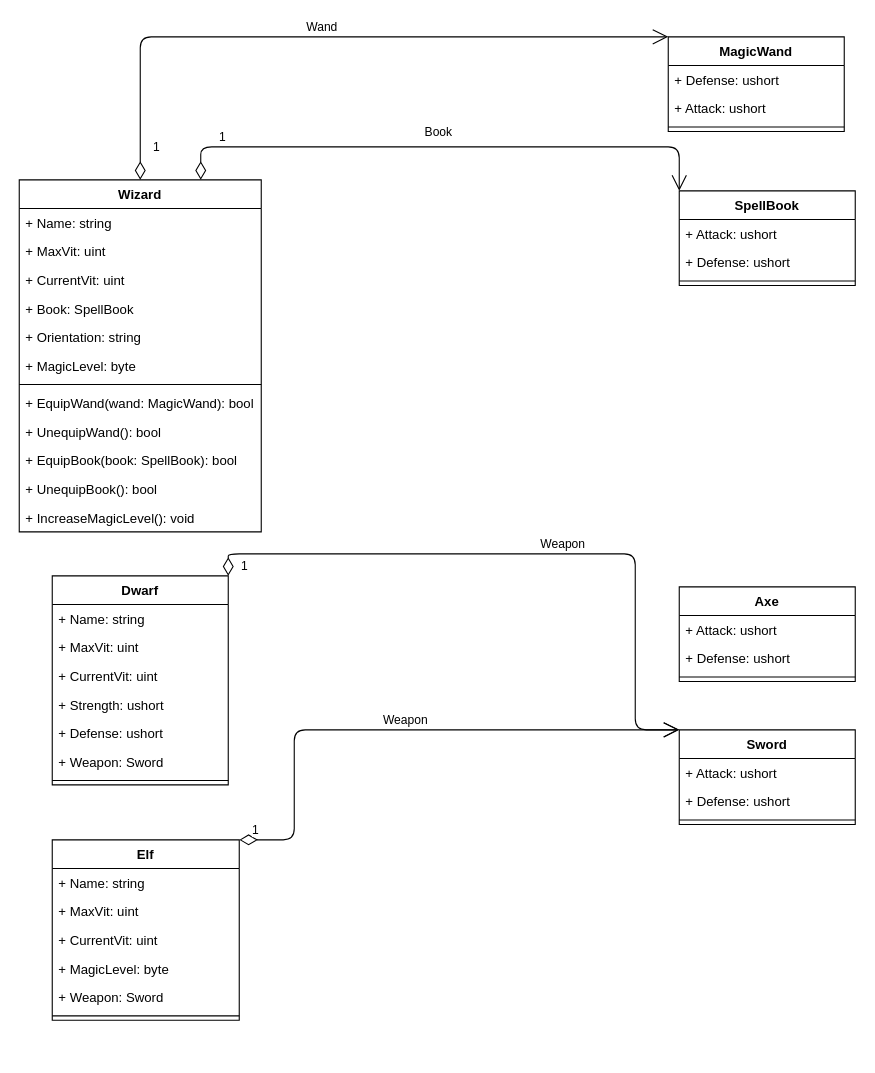
Earlier version of the draw.io diagram Assets/index.drawio (ProgramacionII-Equipo3/PII_RoleplayGame_1_Start). Source tidied: cells renumbered, new cells numbered last; positions are measured from the earlier drawing's top-left corner, leaving out a move shared by most shapes. Both pictures are drawn from the tidied source at 110%, with x=0, y=0 at pixel (19, 36).
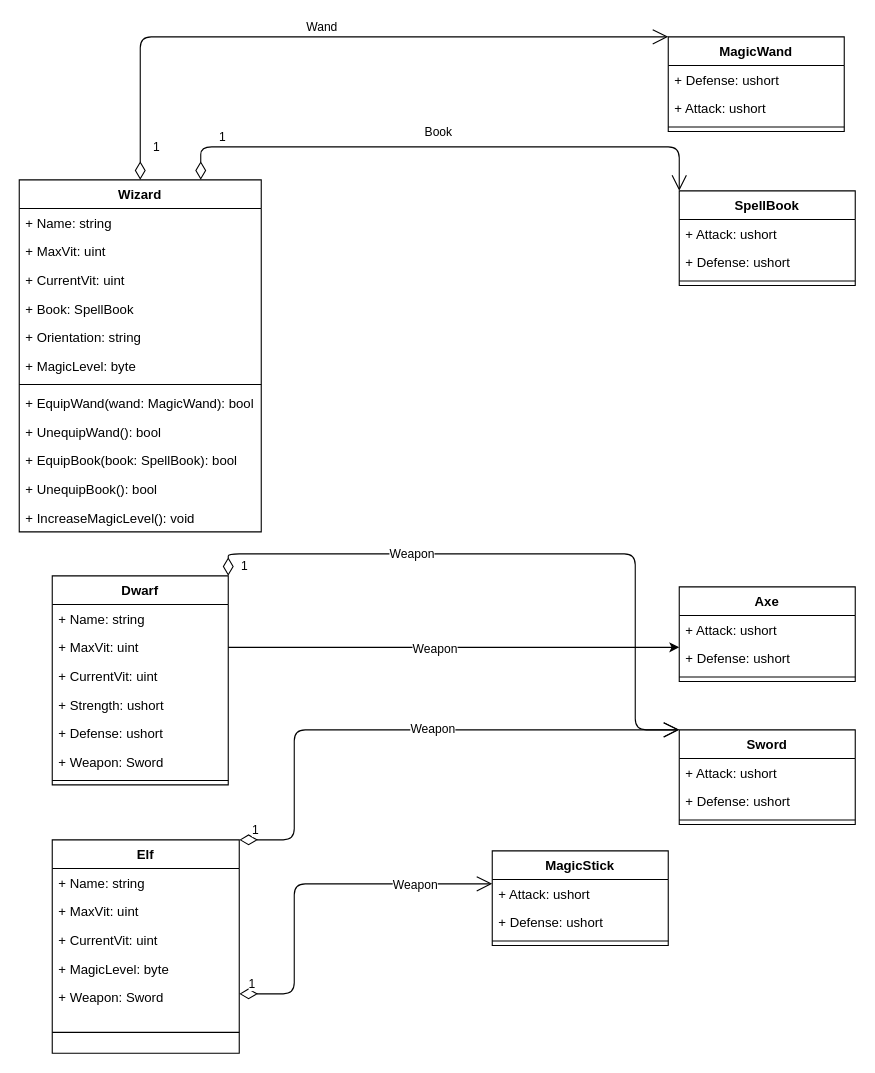
The same diagram, later.

Unchanged cells that the change refers to:
```xml
<mxCell id="2" value="Dwarf" style="swimlane;fontStyle=1;align=center;verticalAlign=top;horizontal=1;startSize=26;" parent="1" vertex="1">
  <mxGeometry x="30" y="490" width="160" height="190" as="geometry" />
</mxCell>
<mxCell id="4" value="+ MaxVit: uint" style="text;strokeColor=none;fillColor=none;align=left;verticalAlign=top;spacingLeft=4;spacingRight=4;overflow=hidden;points=[[0,0.5],[1,0.5]];portConstraint=eastwest;" parent="2" vertex="1">
  <mxGeometry y="52" width="160" height="26" as="geometry" />
</mxCell>
<mxCell id="34" value="Sword" style="swimlane;fontStyle=1;align=center;verticalAlign=top;horizontal=1;startSize=26;" parent="1" vertex="1">
  <mxGeometry x="600" y="630" width="160" height="86" as="geometry" />
</mxCell>
<mxCell id="48" value="1" style="endArrow=open;html=1;endSize=12;startArrow=diamondThin;startSize=14;startFill=0;edgeStyle=orthogonalEdgeStyle;align=left;verticalAlign=bottom;entryX=0;entryY=0;entryDx=0;entryDy=0;exitX=1;exitY=0;exitDx=0;exitDy=0;" parent="1" edge="1" source="23" target="34">
  <mxGeometry x="-0.96" relative="1" as="geometry">
    <Array as="points">
      <mxPoint x="250" y="730" />
      <mxPoint x="250" y="630" />
    </Array>
  </mxGeometry>
</mxCell>
```

Diff of the diagram source:
```diff
@@
     <mxCell id="23" value="Elf" style="swimlane;fontStyle=1;align=center;verticalAlign=top;horizontal=1;startSize=26;" parent="1" vertex="1">
-      <mxGeometry x="30" y="730" width="170" height="164" as="geometry" />
+      <mxGeometry x="30" y="730" width="170" height="194" as="geometry" />
     </mxCell>
@@
     <mxCell id="29" style="line;strokeWidth=1;fillColor=none;align=left;verticalAlign=middle;spacingTop=-1;spacingLeft=3;spacingRight=3;labelPosition=right;" parent="23" vertex="1">
-      <mxGeometry y="156" width="170" height="8" as="geometry" />
+      <mxGeometry y="156" width="170" height="38" as="geometry" />
     </mxCell>
@@
     <mxCell id="46" value="1" style="endArrow=open;html=1;endSize=12;startArrow=diamondThin;startSize=14;startFill=0;edgeStyle=orthogonalEdgeStyle;align=left;verticalAlign=bottom;exitX=1;exitY=0;exitDx=0;exitDy=0;entryX=0;entryY=0;entryDx=0;entryDy=0;" parent="1" edge="1" source="2" target="34">
       <mxGeometry x="-1" y="-10" relative="1" as="geometry">
         <Array as="points">
           <mxPoint x="190" y="470" />
           <mxPoint x="560" y="470" />
+          <mxPoint x="560" y="630" />
         </Array>
       </mxGeometry>
     </mxCell>
-    <mxCell id="47" value="Weapon" style="edgeLabel;html=1;align=center;verticalAlign=middle;" parent="46" vertex="1">
-      <mxGeometry x="-0.13" y="-1" relative="1" as="geometry">
-        <mxPoint x="66" y="-11" as="offset" />
-      </mxGeometry>
-    </mxCell>
+    <mxCell id="54" value="Weapon" style="edgeLabel;html=1;align=center;verticalAlign=middle;" parent="46" vertex="1">
+      <mxGeometry x="-0.37" y="1" relative="1" as="geometry" />
+    </mxCell>
@@
-    <mxCell id="49" value="Weapon" style="edgeLabel;html=1;align=center;verticalAlign=middle;" parent="48" vertex="1">
-      <mxGeometry x="-0.13" y="-1" relative="1" as="geometry">
-        <mxPoint x="33" y="-11" as="offset" />
-      </mxGeometry>
-    </mxCell>
+    <mxCell id="55" value="Weapon" style="edgeLabel;html=1;align=center;verticalAlign=middle;" parent="48" vertex="1">
+      <mxGeometry x="0.1" y="2" relative="1" as="geometry" />
+    </mxCell>
@@
+    <mxCell id="56" value="MagicStick" style="swimlane;fontStyle=1;align=center;verticalAlign=top;horizontal=1;startSize=26;" parent="1" vertex="1">
+      <mxGeometry x="430" y="740" width="160" height="86" as="geometry" />
+    </mxCell>
+    <mxCell id="57" value="+ Attack: ushort" style="text;strokeColor=none;fillColor=none;align=left;verticalAlign=top;spacingLeft=4;spacingRight=4;overflow=hidden;" parent="56" vertex="1">
+      <mxGeometry y="26" width="160" height="26" as="geometry" />
+    </mxCell>
+    <mxCell id="58" value="+ Defense: ushort" style="text;strokeColor=none;fillColor=none;align=left;verticalAlign=top;spacingLeft=4;spacingRight=4;overflow=hidden;" parent="56" vertex="1">
+      <mxGeometry y="52" width="160" height="26" as="geometry" />
+    </mxCell>
+    <mxCell id="59" style="line;strokeWidth=1;fillColor=none;align=left;verticalAlign=middle;spacingTop=-1;spacingLeft=3;spacingRight=3;labelPosition=right;" parent="56" vertex="1">
+      <mxGeometry y="78" width="160" height="8" as="geometry" />
+    </mxCell>
+    <mxCell id="60" value="1" style="endArrow=open;html=1;endSize=12;startArrow=diamondThin;startSize=14;startFill=0;edgeStyle=orthogonalEdgeStyle;align=left;verticalAlign=bottom;exitX=1;exitY=0;exitDx=0;exitDy=0;" parent="1" edge="1">
+      <mxGeometry x="-0.96" relative="1" as="geometry">
+        <mxPoint x="200" y="870" as="sourcePoint" />
+        <mxPoint x="430" y="770" as="targetPoint" />
+        <Array as="points">
+          <mxPoint x="250" y="870" />
+          <mxPoint x="250" y="770" />
+        </Array>
+      </mxGeometry>
+    </mxCell>
+    <mxCell id="61" value="Weapon" style="edgeLabel;html=1;align=center;verticalAlign=middle;" parent="60" vertex="1">
+      <mxGeometry x="0.57" relative="1" as="geometry" />
+    </mxCell>
+    <mxCell id="62" style="edgeStyle=orthogonalEdgeStyle;rounded=0;jettySize=auto;html=1;exitX=1;exitY=0.5;exitDx=0;exitDy=0;" parent="1" edge="1" source="4">
+      <mxGeometry relative="1" as="geometry">
+        <mxPoint x="600" y="555" as="targetPoint" />
+      </mxGeometry>
+    </mxCell>
+    <mxCell id="63" value="Weapon" style="edgeLabel;html=1;align=center;verticalAlign=middle;" parent="62" vertex="1">
+      <mxGeometry x="-0.09" y="-1" relative="1" as="geometry" />
+    </mxCell>
```
